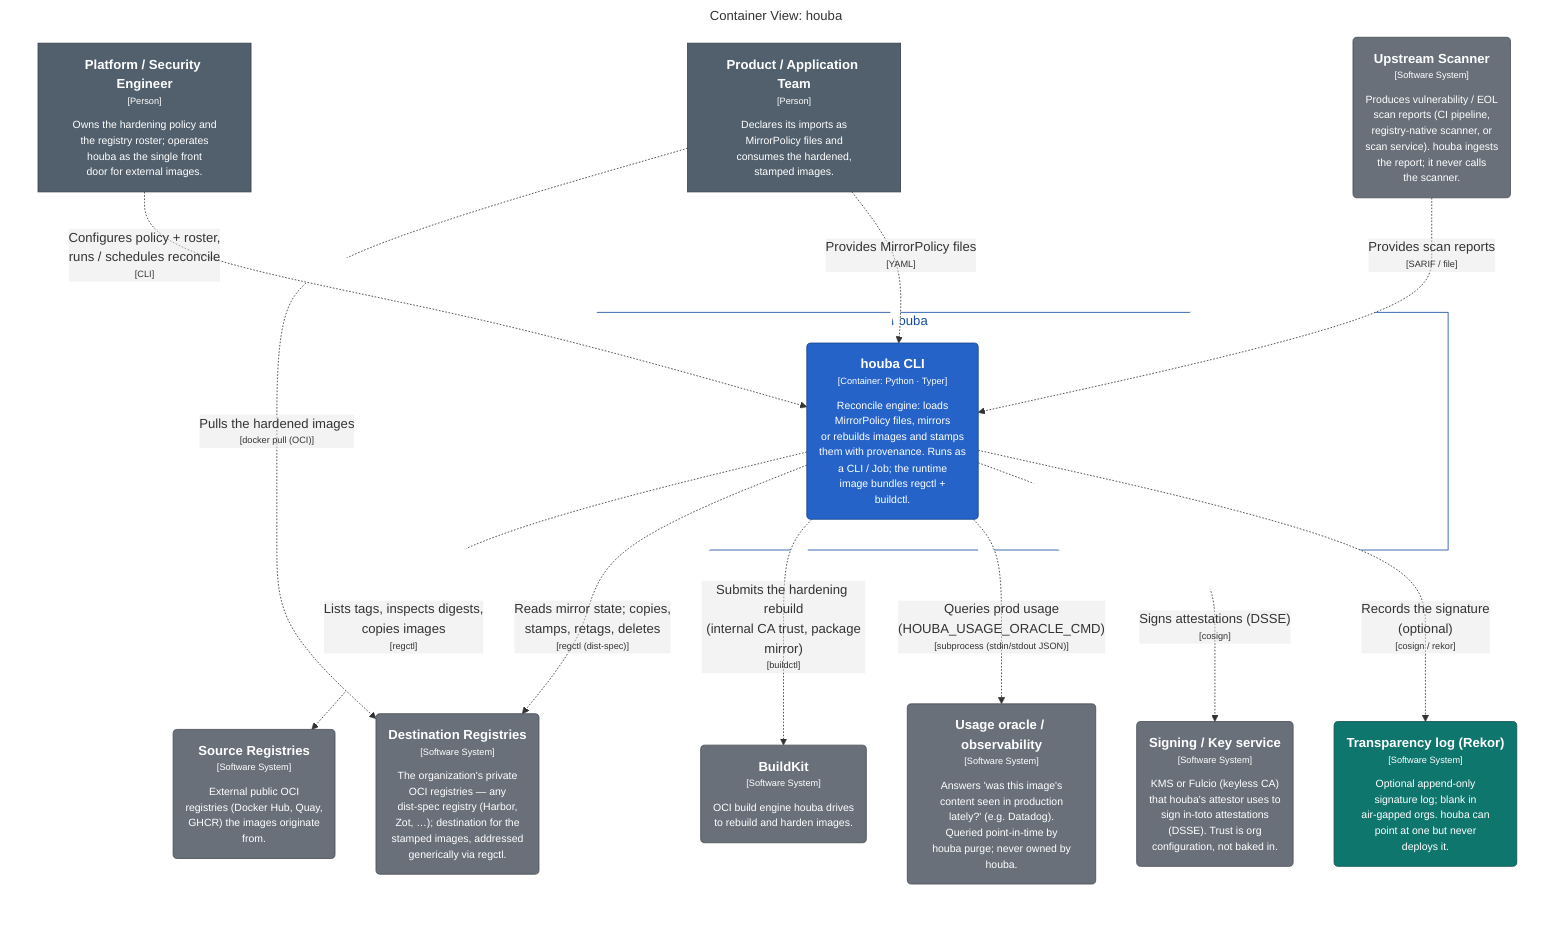
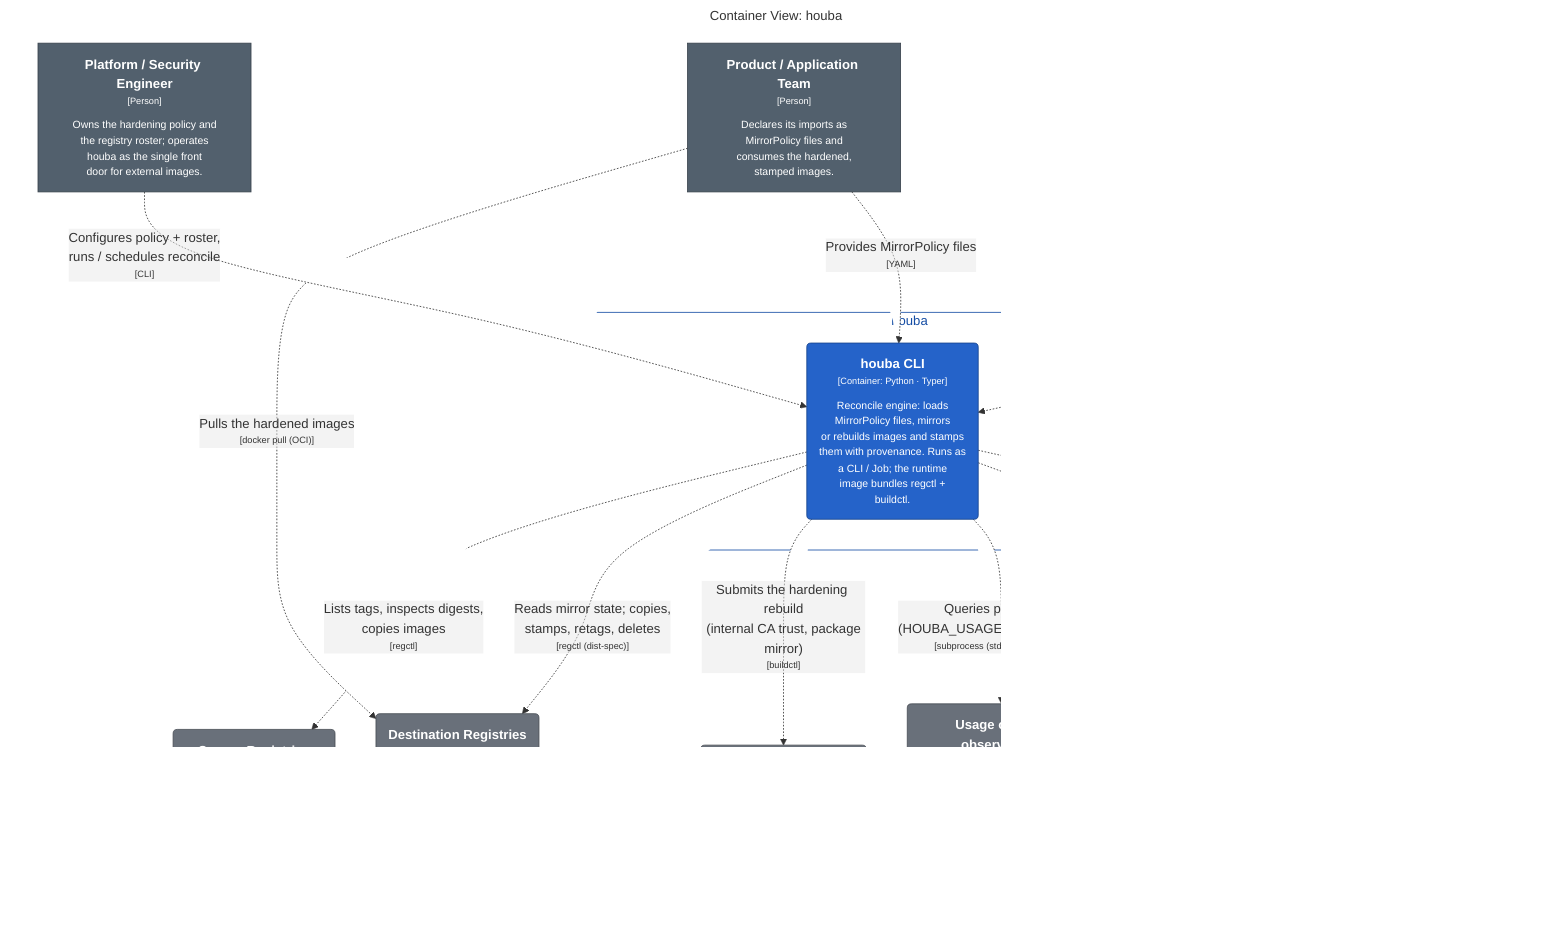
graph LR
  linkStyle default fill:#ffffff

  subgraph diagram ["Container View: houba"]
    style diagram fill:#ffffff,stroke:#ffffff

    1["<div style='font-weight: bold'>Platform / Security Engineer</div><div style='font-size: 70%; margin-top: 0px'>[Person]</div><div style='font-size: 80%; margin-top:10px'>Owns the hardening policy and<br />the registry roster; operates<br />houba as the single front<br />door for external images.</div>"]
    style 1 fill:#52606d,stroke:#39434c,color:#ffffff
    2["<div style='font-weight: bold'>Product / Application Team</div><div style='font-size: 70%; margin-top: 0px'>[Person]</div><div style='font-size: 80%; margin-top:10px'>Declares its imports as<br />MirrorPolicy files and<br />consumes the hardened,<br />stamped images.</div>"]
    style 2 fill:#52606d,stroke:#39434c,color:#ffffff
-     50("<div style='font-weight: bold'>Source Registries</div><div style='font-size: 70%; margin-top: 0px'>[Software System]</div><div style='font-size: 80%; margin-top:10px'>External public OCI<br />registries (Docker Hub, Quay,<br />GHCR) the images originate<br />from.</div>")
-     style 50 fill:#69707a,stroke:#494e55,color:#ffffff
-     51("<div style='font-weight: bold'>Destination Registries</div><div style='font-size: 70%; margin-top: 0px'>[Software System]</div><div style='font-size: 80%; margin-top:10px'>The organization's private<br />OCI registries — any<br />dist-spec registry (Harbor,<br />Zot, …); destination for the<br />stamped images, addressed<br />generically via regctl.</div>")
-     style 51 fill:#69707a,stroke:#494e55,color:#ffffff
-     52("<div style='font-weight: bold'>BuildKit</div><div style='font-size: 70%; margin-top: 0px'>[Software System]</div><div style='font-size: 80%; margin-top:10px'>OCI build engine houba drives<br />to rebuild and harden images.</div>")
+     52("<div style='font-weight: bold'>Source Registries</div><div style='font-size: 70%; margin-top: 0px'>[Software System]</div><div style='font-size: 80%; margin-top:10px'>External public OCI<br />registries (Docker Hub, Quay,<br />GHCR) the images originate<br />from.</div>")
    style 52 fill:#69707a,stroke:#494e55,color:#ffffff
-     56("<div style='font-weight: bold'>Usage oracle / observability</div><div style='font-size: 70%; margin-top: 0px'>[Software System]</div><div style='font-size: 80%; margin-top:10px'>Answers 'was this image's<br />content seen in production<br />lately?' (e.g. Datadog).<br />Queried point-in-time by<br />houba purge; never owned by<br />houba.</div>")
-     style 56 fill:#69707a,stroke:#494e55,color:#ffffff
-     57("<div style='font-weight: bold'>Signing / Key service</div><div style='font-size: 70%; margin-top: 0px'>[Software System]</div><div style='font-size: 80%; margin-top:10px'>KMS or Fulcio (keyless CA)<br />that houba's attestor uses to<br />sign in-toto attestations<br />(DSSE). Trust is org<br />configuration, not baked in.</div>")
-     style 57 fill:#69707a,stroke:#494e55,color:#ffffff
-     58("<div style='font-weight: bold'>Transparency log (Rekor)</div><div style='font-size: 70%; margin-top: 0px'>[Software System]</div><div style='font-size: 80%; margin-top:10px'>Optional append-only<br />signature log; blank in<br />air-gapped orgs. houba can<br />point at one but never<br />deploys it.</div>")
-     style 58 fill:#0f766e,stroke:#0a524d,color:#ffffff
-     59("<div style='font-weight: bold'>Upstream Scanner</div><div style='font-size: 70%; margin-top: 0px'>[Software System]</div><div style='font-size: 80%; margin-top:10px'>Produces vulnerability / EOL<br />scan reports (CI pipeline,<br />registry-native scanner, or<br />scan service). houba ingests<br />the report; it never calls<br />the scanner.</div>")
+     53("<div style='font-weight: bold'>Destination Registries</div><div style='font-size: 70%; margin-top: 0px'>[Software System]</div><div style='font-size: 80%; margin-top:10px'>The organization's private<br />OCI registries — any<br />dist-spec registry (Harbor,<br />Zot, …); destination for the<br />stamped images, addressed<br />generically via regctl.</div>")
+     style 53 fill:#69707a,stroke:#494e55,color:#ffffff
+     54("<div style='font-weight: bold'>BuildKit</div><div style='font-size: 70%; margin-top: 0px'>[Software System]</div><div style='font-size: 80%; margin-top:10px'>OCI build engine houba drives<br />to rebuild and harden images.</div>")
+     style 54 fill:#69707a,stroke:#494e55,color:#ffffff
+     58("<div style='font-weight: bold'>Usage oracle / observability</div><div style='font-size: 70%; margin-top: 0px'>[Software System]</div><div style='font-size: 80%; margin-top:10px'>Answers 'was this image's<br />content seen in production<br />lately?' (e.g. Datadog).<br />Queried point-in-time by<br />houba purge; never owned by<br />houba.</div>")
+     style 58 fill:#69707a,stroke:#494e55,color:#ffffff
+     59("<div style='font-weight: bold'>Signing / Key service</div><div style='font-size: 70%; margin-top: 0px'>[Software System]</div><div style='font-size: 80%; margin-top:10px'>KMS or Fulcio (keyless CA)<br />that houba's attestor uses to<br />sign in-toto attestations<br />(DSSE). Trust is org<br />configuration, not baked in.</div>")
    style 59 fill:#69707a,stroke:#494e55,color:#ffffff
+     60("<div style='font-weight: bold'>Transparency log (Rekor)</div><div style='font-size: 70%; margin-top: 0px'>[Software System]</div><div style='font-size: 80%; margin-top:10px'>Optional append-only<br />signature log; blank in<br />air-gapped orgs. houba can<br />point at one but never<br />deploys it.</div>")
+     style 60 fill:#0f766e,stroke:#0a524d,color:#ffffff
+     61("<div style='font-weight: bold'>Upstream Scanner</div><div style='font-size: 70%; margin-top: 0px'>[Software System]</div><div style='font-size: 80%; margin-top:10px'>Produces vulnerability / EOL<br />scan reports (CI pipeline,<br />registry-native scanner, or<br />scan service). houba ingests<br />the report; it never calls<br />the scanner.</div>")
+     style 61 fill:#69707a,stroke:#494e55,color:#ffffff

    subgraph 4 ["houba"]
      style 4 fill:#ffffff,stroke:#154da4,color:#154da4

      5("<div style='font-weight: bold'>houba CLI</div><div style='font-size: 70%; margin-top: 0px'>[Container: Python · Typer]</div><div style='font-size: 80%; margin-top:10px'>Reconcile engine: loads<br />MirrorPolicy files, mirrors<br />or rebuilds images and stamps<br />them with provenance. Runs as<br />a CLI / Job; the runtime<br />image bundles regctl +<br />buildctl.</div>")
      style 5 fill:#2563c9,stroke:#19458c,color:#ffffff
    end

-     5-. "<div>Lists tags, inspects digests,<br />copies images</div><div style='font-size: 70%'>[regctl]</div>" .->50
-     5-. "<div>Reads mirror state; copies,<br />stamps, retags, deletes</div><div style='font-size: 70%'>[regctl (dist-spec)]</div>" .->51
-     5-. "<div>Submits the hardening rebuild<br />(internal CA trust, package<br />mirror)</div><div style='font-size: 70%'>[buildctl]</div>" .->52
-     5-. "<div>Queries prod usage<br />(HOUBA_USAGE_ORACLE_CMD)</div><div style='font-size: 70%'>[subprocess (stdin/stdout JSON)]</div>" .->56
-     5-. "<div>Signs attestations (DSSE)</div><div style='font-size: 70%'>[cosign]</div>" .->57
-     5-. "<div>Records the signature<br />(optional)</div><div style='font-size: 70%'>[cosign / rekor]</div>" .->58
-     2-. "<div>Pulls the hardened images</div><div style='font-size: 70%'>[docker pull (OCI)]</div>" .->51
+     5-. "<div>Lists tags, inspects digests,<br />copies images</div><div style='font-size: 70%'>[regctl]</div>" .->52
+     5-. "<div>Reads mirror state; copies,<br />stamps, retags, deletes</div><div style='font-size: 70%'>[regctl (dist-spec)]</div>" .->53
+     5-. "<div>Submits the hardening rebuild<br />(internal CA trust, package<br />mirror)</div><div style='font-size: 70%'>[buildctl]</div>" .->54
+     5-. "<div>Queries prod usage<br />(HOUBA_USAGE_ORACLE_CMD)</div><div style='font-size: 70%'>[subprocess (stdin/stdout JSON)]</div>" .->58
+     5-. "<div>Signs attestations (DSSE)</div><div style='font-size: 70%'>[cosign]</div>" .->59
+     5-. "<div>Records the signature<br />(optional)</div><div style='font-size: 70%'>[cosign / rekor]</div>" .->60
+     2-. "<div>Pulls the hardened images</div><div style='font-size: 70%'>[docker pull (OCI)]</div>" .->53
    1-. "<div>Configures policy + roster,<br />runs / schedules reconcile</div><div style='font-size: 70%'>[CLI]</div>" .->5
    2-. "<div>Provides MirrorPolicy files</div><div style='font-size: 70%'>[YAML]</div>" .->5
-     59-. "<div>Provides scan reports</div><div style='font-size: 70%'>[SARIF / file]</div>" .->5
+     61-. "<div>Provides scan reports</div><div style='font-size: 70%'>[SARIF / file]</div>" .->5

  end